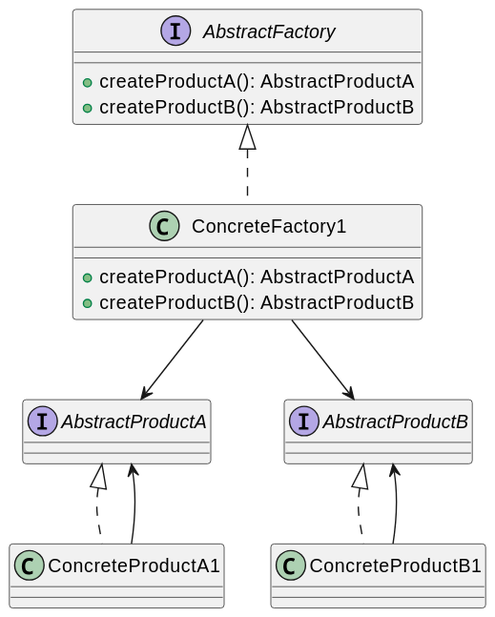
Before: out/patterns/abstract_factory/abstract_factory.svg, a diagram exported from PlantUML (KubEF/architecture-learn-materials).
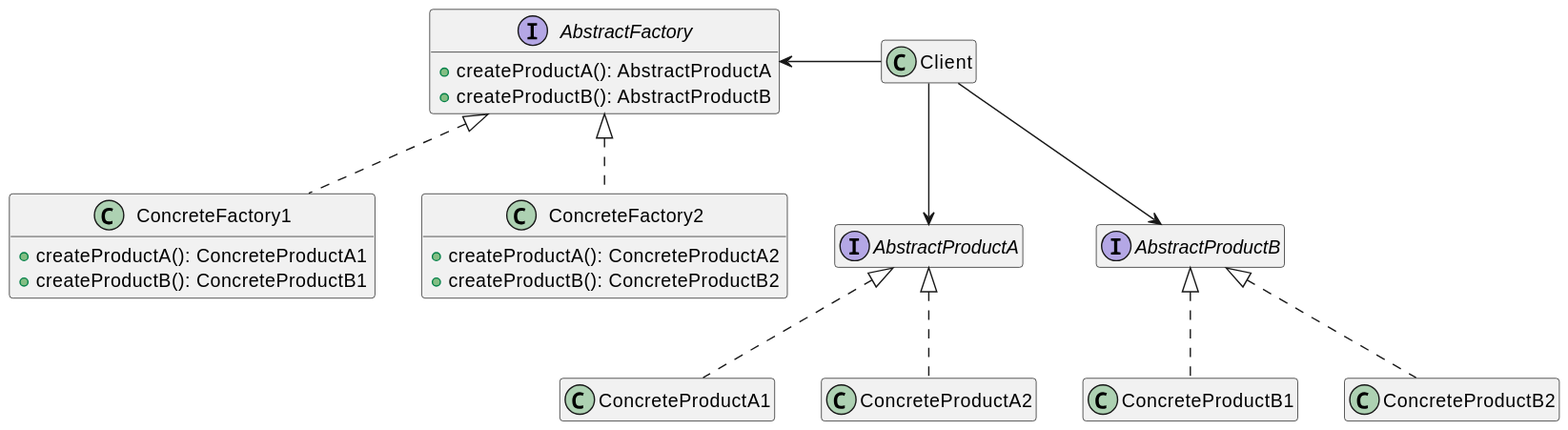
Later version of the same file.

The edit, as a diff of the source:
```diff
@@ -1,4 +1,7 @@
 @startuml
+hide empty members
+class Client{}
+
 interface AbstractFactory {
     +createProductA(): AbstractProductA
     +createProductB(): AbstractProductB
@@ -8,15 +11,20 @@
 interface AbstractProductB
 
 class ConcreteFactory1 implements AbstractFactory {
-    +createProductA(): AbstractProductA
-    +createProductB(): AbstractProductB
+    +createProductA(): ConcreteProductA1
+    +createProductB(): ConcreteProductB1
+}
+class ConcreteFactory2 implements AbstractFactory {
+    +createProductA(): ConcreteProductA2
+    +createProductB(): ConcreteProductB2
 }
 
 class ConcreteProductA1 implements AbstractProductA
+class ConcreteProductA2 implements AbstractProductA
 class ConcreteProductB1 implements AbstractProductB
+class ConcreteProductB2 implements AbstractProductB
 
-ConcreteFactory1 --> AbstractProductA
-ConcreteFactory1 --> AbstractProductB
-ConcreteProductA1 --> AbstractProductA
-ConcreteProductB1 --> AbstractProductB
+AbstractFactory <- Client
+Client --> AbstractProductA
+Client --> AbstractProductB
 @enduml
```
